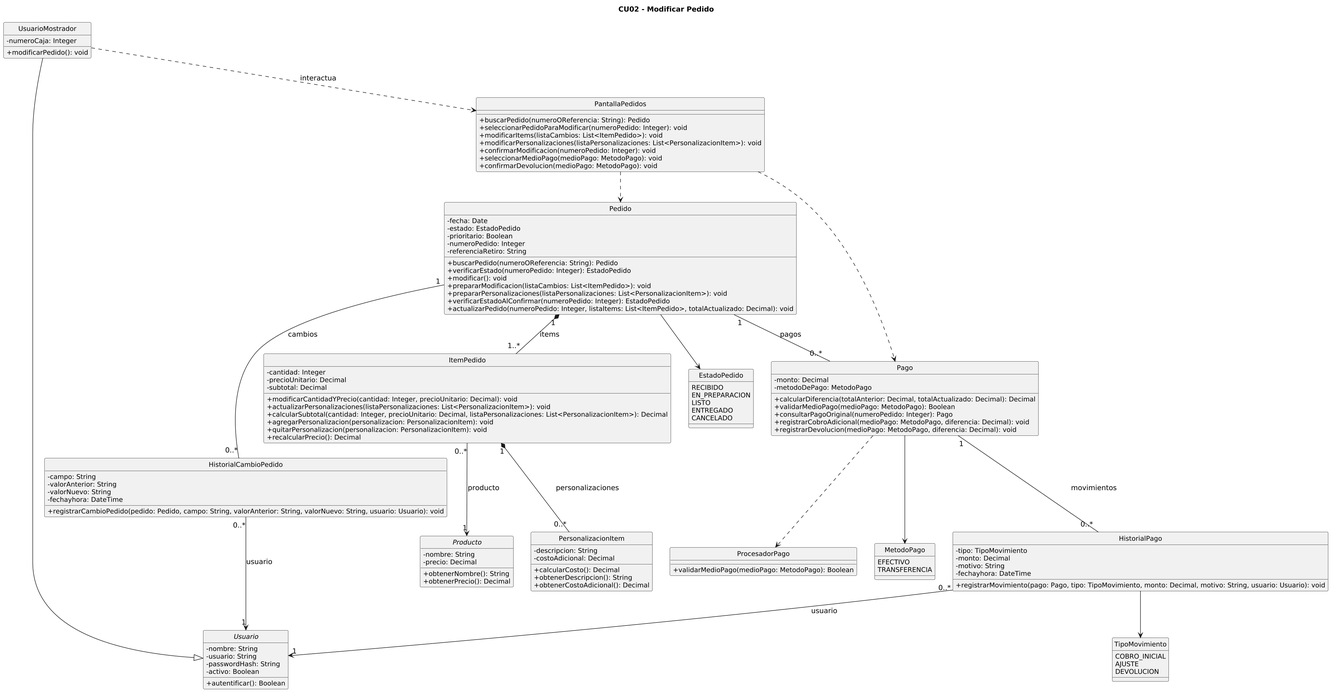
Earlier version of the PlantUML export diagramas/01-diagrama-clases/02-clases-modificar-pedido-02.png (eloeyhe/SistemaPedidos).
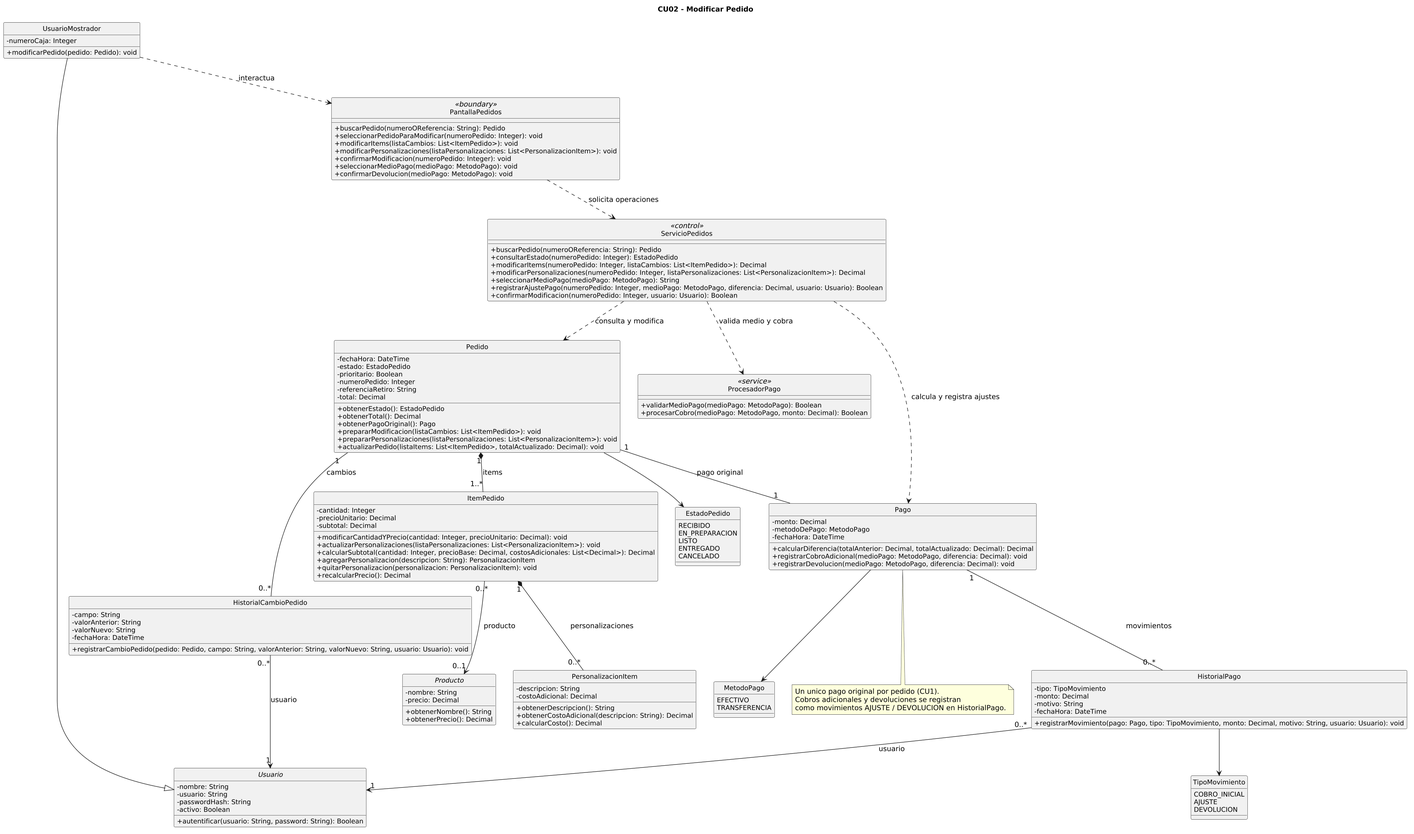
The same file after the commit.

Diff of the diagram source:
```diff
@@ -1,5 +1,5 @@
 @startuml
-scale 0.9
+scale 0.8
 title CU02 - Modificar Pedido
 top to bottom direction
 hide circle
@@ -14,15 +14,15 @@
   -usuario: String
   -passwordHash: String
   -activo: Boolean
-  +autentificar(): Boolean
+  +autentificar(usuario: String, password: String): Boolean
 }
 
 class UsuarioMostrador {
   -numeroCaja: Integer
-  +modificarPedido(): void
+  +modificarPedido(pedido: Pedido): void
 }
 
-class PantallaPedidos {
+class PantallaPedidos <<boundary>> {
   +buscarPedido(numeroOReferencia: String): Pedido
   +seleccionarPedidoParaModificar(numeroPedido: Integer): void
   +modificarItems(listaCambios: List<ItemPedido>): void
@@ -32,19 +32,29 @@
   +confirmarDevolucion(medioPago: MetodoPago): void
 }
 
+class ServicioPedidos <<control>> {
+  +buscarPedido(numeroOReferencia: String): Pedido
+  +consultarEstado(numeroPedido: Integer): EstadoPedido
+  +modificarItems(numeroPedido: Integer, listaCambios: List<ItemPedido>): Decimal
+  +modificarPersonalizaciones(numeroPedido: Integer, listaPersonalizaciones: List<PersonalizacionItem>): Decimal
+  +seleccionarMedioPago(medioPago: MetodoPago): String
+  +registrarAjustePago(numeroPedido: Integer, medioPago: MetodoPago, diferencia: Decimal, usuario: Usuario): Boolean
+  +confirmarModificacion(numeroPedido: Integer, usuario: Usuario): Boolean
+}
+
 class Pedido {
-  -fecha: Date
+  -fechaHora: DateTime
   -estado: EstadoPedido
   -prioritario: Boolean
   -numeroPedido: Integer
   -referenciaRetiro: String
-  +buscarPedido(numeroOReferencia: String): Pedido
-  +verificarEstado(numeroPedido: Integer): EstadoPedido
-  +modificar(): void
+  -total: Decimal
+  +obtenerEstado(): EstadoPedido
+  +obtenerTotal(): Decimal
+  +obtenerPagoOriginal(): Pago
   +prepararModificacion(listaCambios: List<ItemPedido>): void
   +prepararPersonalizaciones(listaPersonalizaciones: List<PersonalizacionItem>): void
-  +verificarEstadoAlConfirmar(numeroPedido: Integer): EstadoPedido
-  +actualizarPedido(numeroPedido: Integer, listaItems: List<ItemPedido>, totalActualizado: Decimal): void
+  +actualizarPedido(listaItems: List<ItemPedido>, totalActualizado: Decimal): void
 }
 
 class ItemPedido {
@@ -53,8 +63,8 @@
   -subtotal: Decimal
   +modificarCantidadYPrecio(cantidad: Integer, precioUnitario: Decimal): void
   +actualizarPersonalizaciones(listaPersonalizaciones: List<PersonalizacionItem>): void
-  +calcularSubtotal(cantidad: Integer, precioUnitario: Decimal, listaPersonalizaciones: List<PersonalizacionItem>): Decimal
-  +agregarPersonalizacion(personalizacion: PersonalizacionItem): void
+  +calcularSubtotal(cantidad: Integer, precioBase: Decimal, costosAdicionales: List<Decimal>): Decimal
+  +agregarPersonalizacion(descripcion: String): PersonalizacionItem
   +quitarPersonalizacion(personalizacion: PersonalizacionItem): void
   +recalcularPrecio(): Decimal
 }
@@ -69,30 +79,30 @@
 class PersonalizacionItem {
   -descripcion: String
   -costoAdicional: Decimal
+  +obtenerDescripcion(): String
+  +obtenerCostoAdicional(descripcion: String): Decimal
   +calcularCosto(): Decimal
-  +obtenerDescripcion(): String
-  +obtenerCostoAdicional(): Decimal
 }
 
 class Pago {
   -monto: Decimal
   -metodoDePago: MetodoPago
+  -fechaHora: DateTime
   +calcularDiferencia(totalAnterior: Decimal, totalActualizado: Decimal): Decimal
-  +validarMedioPago(medioPago: MetodoPago): Boolean
-  +consultarPagoOriginal(numeroPedido: Integer): Pago
   +registrarCobroAdicional(medioPago: MetodoPago, diferencia: Decimal): void
   +registrarDevolucion(medioPago: MetodoPago, diferencia: Decimal): void
 }
 
-class ProcesadorPago {
+class ProcesadorPago <<service>> {
   +validarMedioPago(medioPago: MetodoPago): Boolean
+  +procesarCobro(medioPago: MetodoPago, monto: Decimal): Boolean
 }
 
 class HistorialPago {
   -tipo: TipoMovimiento
   -monto: Decimal
   -motivo: String
-  -fechayhora: DateTime
+  -fechaHora: DateTime
   +registrarMovimiento(pago: Pago, tipo: TipoMovimiento, monto: Decimal, motivo: String, usuario: Usuario): void
 }
 
@@ -100,9 +110,9 @@
   -campo: String
   -valorAnterior: String
   -valorNuevo: String
-  -fechayhora: DateTime
+  -fechaHora: DateTime
   +registrarCambioPedido(pedido: Pedido, campo: String, valorAnterior: String, valorNuevo: String, usuario: Usuario): void
-  }
+}
 
 enum EstadoPedido {
   RECIBIDO
@@ -126,15 +136,16 @@
 UsuarioMostrador --|> Usuario
 
 UsuarioMostrador ..> PantallaPedidos : interactua
-PantallaPedidos ..> Pedido
-PantallaPedidos ..> Pago
-Pago ..> ProcesadorPago
+PantallaPedidos ..> ServicioPedidos : solicita operaciones
+ServicioPedidos ..> Pedido : consulta y modifica
+ServicioPedidos ..> Pago : calcula y registra ajustes
+ServicioPedidos ..> ProcesadorPago : valida medio y cobra
 
 Pedido "1" *-- "1..*" ItemPedido : items
 ItemPedido "1" *-- "0..*" PersonalizacionItem : personalizaciones
 
-ItemPedido "0..*" --> "1" Producto : producto
-Pedido "1" -- "0..*" Pago : pagos
+ItemPedido "0..*" --> "0..1" Producto : producto
+Pedido "1" -- "1" Pago : pago original
 Pago "1" -- "0..*" HistorialPago : movimientos
 Pedido "1" -- "0..*" HistorialCambioPedido : cambios
 
@@ -144,4 +155,10 @@
 Pedido --> EstadoPedido
 Pago --> MetodoPago
 HistorialPago --> TipoMovimiento
+
+note bottom of Pago
+  Un unico pago original por pedido (CU1).
+  Cobros adicionales y devoluciones se registran
+  como movimientos AJUSTE / DEVOLUCION en HistorialPago.
+end note
 @enduml
```
